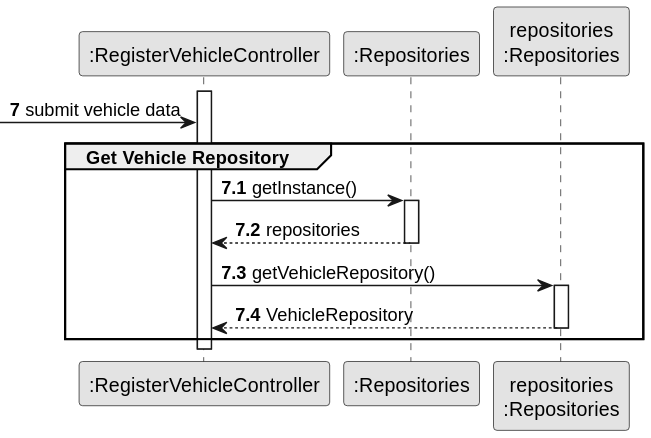
The PlantUML diagram docs/sprintC/us006/03.design/svg/us006-sequence-diagram-partial-get-vehicle-repository.svg in ricardomm7/leaflink, before a commit. Its diagram source:
```plantuml
@startuml
skinparam monochrome true
skinparam packageStyle rectangle
skinparam shadowing false

autonumber


participant ":RegisterVehicleController" as CTRL
participant ":Repositories" as RepositorySingleton
participant "repositories\n:Repositories" as PLAT
autonumber 7


activate CTRL

 -> CTRL: submit vehicle data

    group Get Vehicle Repository
    autonumber 7.1

         CTRL -> RepositorySingleton: getInstance()
                    activate RepositorySingleton

                    RepositorySingleton --> CTRL: repositories
                    deactivate RepositorySingleton

                    CTRL -> PLAT: getVehicleRepository()
                    activate PLAT

                    PLAT --> CTRL: VehicleRepository
                    deactivate PLAT

    end
deactivate CTRL
@enduml
```
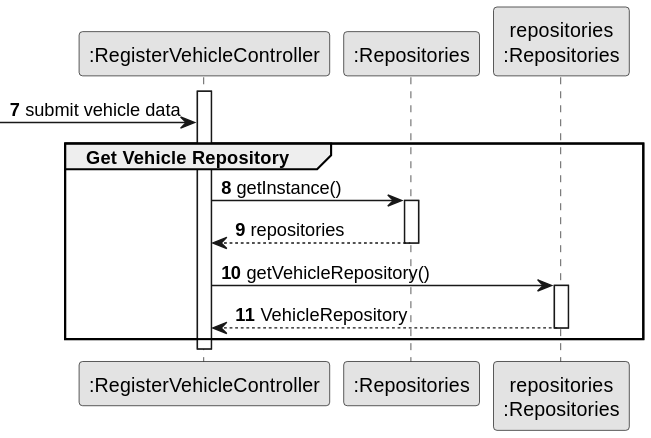
Later version of the same file.

The edit, as a diff of the source:
```diff
@@ -17,7 +17,6 @@
  -> CTRL: submit vehicle data
 
     group Get Vehicle Repository
-    autonumber 7.1
 
          CTRL -> RepositorySingleton: getInstance()
                     activate RepositorySingleton
```
